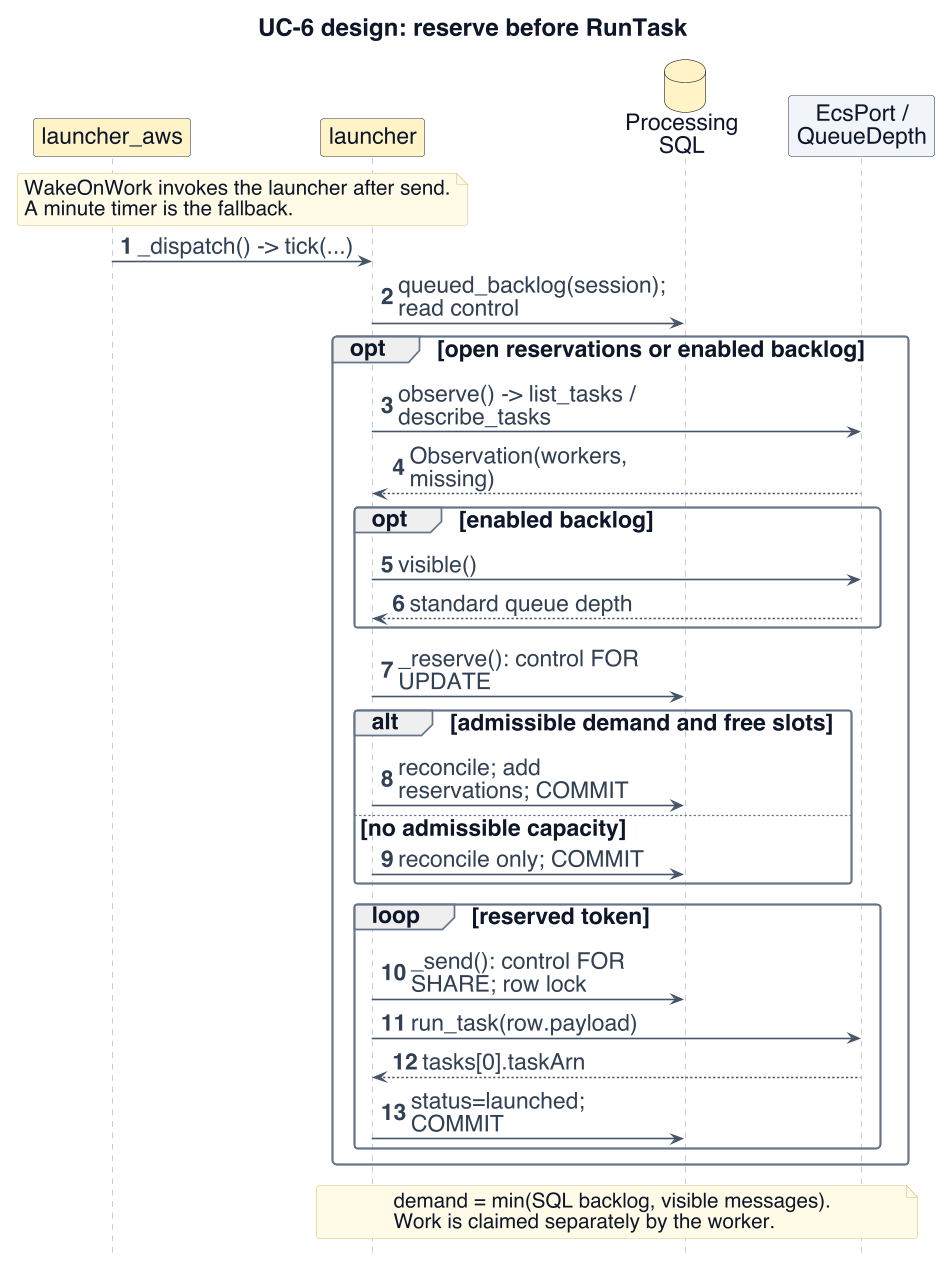
Collaboration95/dc2 keeps this PlantUML diagram as project-documentation/final-report/figures/uc6-design-normal.png. Above is the earlier version. Its diagram source:
```plantuml
@startuml
!include _style.iuml
skinparam defaultFontSize 20
skinparam ArrowFontSize 20
skinparam classAttributeFontSize 18
skinparam ClassStereotypeFontSize 17
skinparam NoteFontSize 18
skinparam titleFontSize 21
skinparam BoxPadding 8
skinparam maxMessageSize 230
skinparam nodesep 22
skinparam ranksep 22
skinparam sequenceMessageAlign left
hide footbox
hide circle
title UC-6 design: reserve before RunTask
autonumber
participant "launcher_aws" as entry $PROC
participant "launcher" as l $PROC
database "Processing\nSQL" as sql $PROC
participant "EcsPort /\nQueueDepth" as ports $INFRA
note over entry,l
 WakeOnWork invokes the launcher after send.
 A minute timer is the fallback.
end note
entry -> l : _dispatch() -> tick(...)
l -> sql : queued_backlog(session); read control
opt open reservations or enabled backlog
 l -> ports : observe() -> list_tasks / describe_tasks
 ports --> l : Observation(workers, missing)
 opt enabled backlog
  l -> ports : visible()
  ports --> l : standard queue depth
 end
 l -> sql : _reserve(): control FOR UPDATE
 alt admissible demand and free slots
  l -> sql : reconcile; add reservations; COMMIT
 else no admissible capacity
  l -> sql : reconcile only; COMMIT
 end
 loop reserved token
  l -> sql : _send(): control FOR SHARE; row lock
  l -> ports : run_task(row.payload)
  ports --> l : tasks[0].taskArn
  l -> sql : status=launched; COMMIT
 end
end
note over l,ports
 demand = min(SQL backlog, visible messages).
 Work is claimed separately by the worker.
end note
@enduml
```
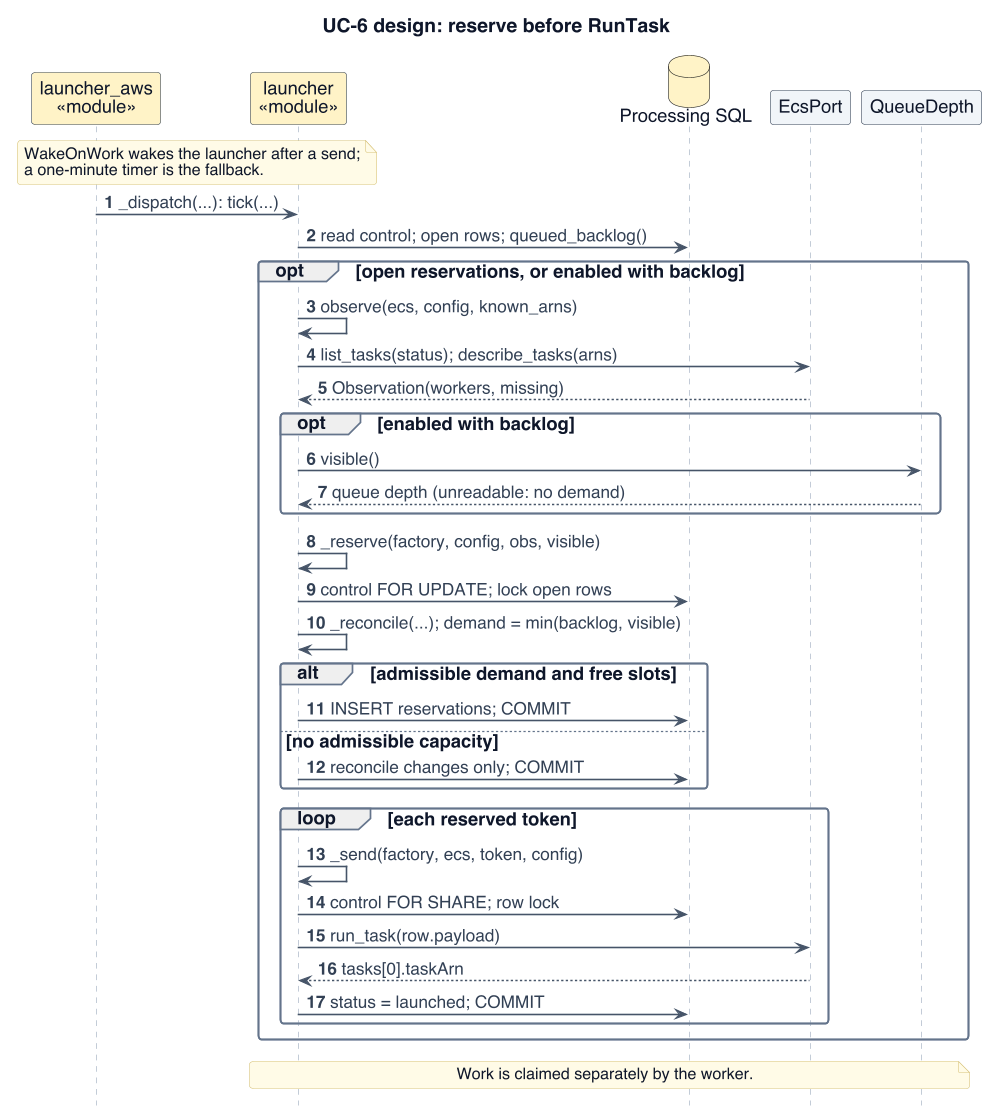
Later version of the same file.

What changed in the source:
```diff
@@ -1,13 +1,13 @@
 @startuml
 !include _style.iuml
-skinparam defaultFontSize 20
-skinparam ArrowFontSize 20
-skinparam classAttributeFontSize 18
-skinparam ClassStereotypeFontSize 17
-skinparam NoteFontSize 18
-skinparam titleFontSize 21
+skinparam defaultFontSize 16
+skinparam ArrowFontSize 15
+skinparam classAttributeFontSize 15
+skinparam ClassStereotypeFontSize 13
+skinparam NoteFontSize 14
+skinparam titleFontSize 17
 skinparam BoxPadding 8
-skinparam maxMessageSize 230
+skinparam maxMessageSize 400
 skinparam nodesep 22
 skinparam ranksep 22
 skinparam sequenceMessageAlign left
@@ -15,38 +15,42 @@
 hide circle
 title UC-6 design: reserve before RunTask
 autonumber
-participant "launcher_aws" as entry $PROC
-participant "launcher" as l $PROC
-database "Processing\nSQL" as sql $PROC
-participant "EcsPort /\nQueueDepth" as ports $INFRA
+participant "launcher_aws\n«module»" as entry $PROC
+participant "launcher\n«module»" as l $PROC
+database "Processing SQL" as sql $PROC
+participant "EcsPort" as ecs $INFRA
+participant "QueueDepth" as q $INFRA
 note over entry,l
- WakeOnWork invokes the launcher after send.
- A minute timer is the fallback.
+ WakeOnWork wakes the launcher after a send;
+ a one-minute timer is the fallback.
 end note
-entry -> l : _dispatch() -> tick(...)
-l -> sql : queued_backlog(session); read control
-opt open reservations or enabled backlog
- l -> ports : observe() -> list_tasks / describe_tasks
- ports --> l : Observation(workers, missing)
- opt enabled backlog
-  l -> ports : visible()
-  ports --> l : standard queue depth
+entry -> l : _dispatch(...): tick(...)
+l -> sql : read control; open rows; queued_backlog()
+opt open reservations, or enabled with backlog
+ l -> l : observe(ecs, config, known_arns)
+ l -> ecs : list_tasks(status); describe_tasks(arns)
+ ecs --> l : Observation(workers, missing)
+ opt enabled with backlog
+  l -> q : visible()
+  q --> l : queue depth (unreadable: no demand)
  end
- l -> sql : _reserve(): control FOR UPDATE
+ l -> l : _reserve(factory, config, obs, visible)
+ l -> sql : control FOR UPDATE; lock open rows
+ l -> l : _reconcile(...); demand = min(backlog, visible)
  alt admissible demand and free slots
-  l -> sql : reconcile; add reservations; COMMIT
+  l -> sql : INSERT reservations; COMMIT
  else no admissible capacity
-  l -> sql : reconcile only; COMMIT
+  l -> sql : reconcile changes only; COMMIT
  end
- loop reserved token
-  l -> sql : _send(): control FOR SHARE; row lock
-  l -> ports : run_task(row.payload)
-  ports --> l : tasks[0].taskArn
-  l -> sql : status=launched; COMMIT
+ loop each reserved token
+  l -> l : _send(factory, ecs, token, config)
+  l -> sql : control FOR SHARE; row lock
+  l -> ecs : run_task(row.payload)
+  ecs --> l : tasks[0].taskArn
+  l -> sql : status = launched; COMMIT
  end
 end
-note over l,ports
- demand = min(SQL backlog, visible messages).
+note over l,q
  Work is claimed separately by the worker.
 end note
 @enduml
```
